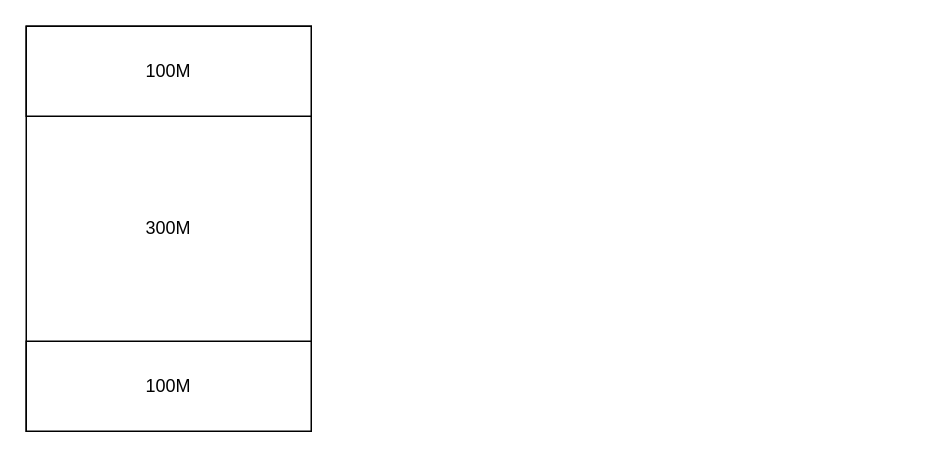
The draw.io diagram 换入换出.drawio in Netech-DevNote/itquestions_pictures, before the edit. Source tidied: cells renumbered, new cells numbered last; positions are measured from the earlier drawing's top-left corner, leaving out a move shared by most shapes. Both pictures are drawn from the tidied source at 150%, with x=0, y=0 at pixel (26, 26).
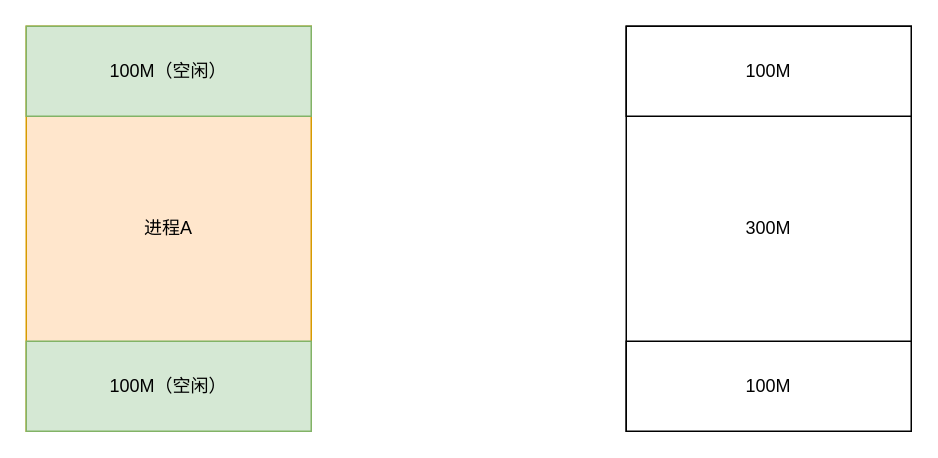
The same page after the edit.

Commit message (it also covers changes not shown here):
更新换入换出.drawio

The edit, as a diff of the source:
```diff
@@
 <mxGraphModel>
   <root>
     <mxCell id="0" />
     <mxCell id="1" parent="0" />
-    <mxCell id="2" value="300M" style="rounded=0;whiteSpace=wrap;html=1;" parent="1" vertex="1">
+    <mxCell id="2" value="进程A" style="rounded=0;whiteSpace=wrap;html=1;fillColor=#ffe6cc;strokeColor=#d79b00;" parent="1" vertex="1">
       <mxGeometry width="190" height="270" as="geometry" />
     </mxCell>
-    <mxCell id="3" value="100M" style="rounded=0;whiteSpace=wrap;html=1;" parent="1" vertex="1">
+    <mxCell id="3" value="100M（空闲）" style="rounded=0;whiteSpace=wrap;html=1;fillColor=#d5e8d4;strokeColor=#82b366;" parent="1" vertex="1">
       <mxGeometry width="190" height="60" as="geometry" />
     </mxCell>
-    <mxCell id="4" value="100M" style="rounded=0;whiteSpace=wrap;html=1;" parent="1" vertex="1">
+    <mxCell id="4" value="100M（空闲）" style="rounded=0;whiteSpace=wrap;html=1;fillColor=#d5e8d4;strokeColor=#82b366;" parent="1" vertex="1">
       <mxGeometry y="210" width="190" height="60" as="geometry" />
     </mxCell>
+    <mxCell id="5" value="300M" style="rounded=0;whiteSpace=wrap;html=1;" parent="1" vertex="1">
+      <mxGeometry x="400" width="190" height="270" as="geometry" />
+    </mxCell>
+    <mxCell id="6" value="100M" style="rounded=0;whiteSpace=wrap;html=1;" parent="1" vertex="1">
+      <mxGeometry x="400" width="190" height="60" as="geometry" />
+    </mxCell>
+    <mxCell id="7" value="100M" style="rounded=0;whiteSpace=wrap;html=1;" parent="1" vertex="1">
+      <mxGeometry x="400" y="210" width="190" height="60" as="geometry" />
+    </mxCell>
   </root>
 </mxGraphModel>
```
